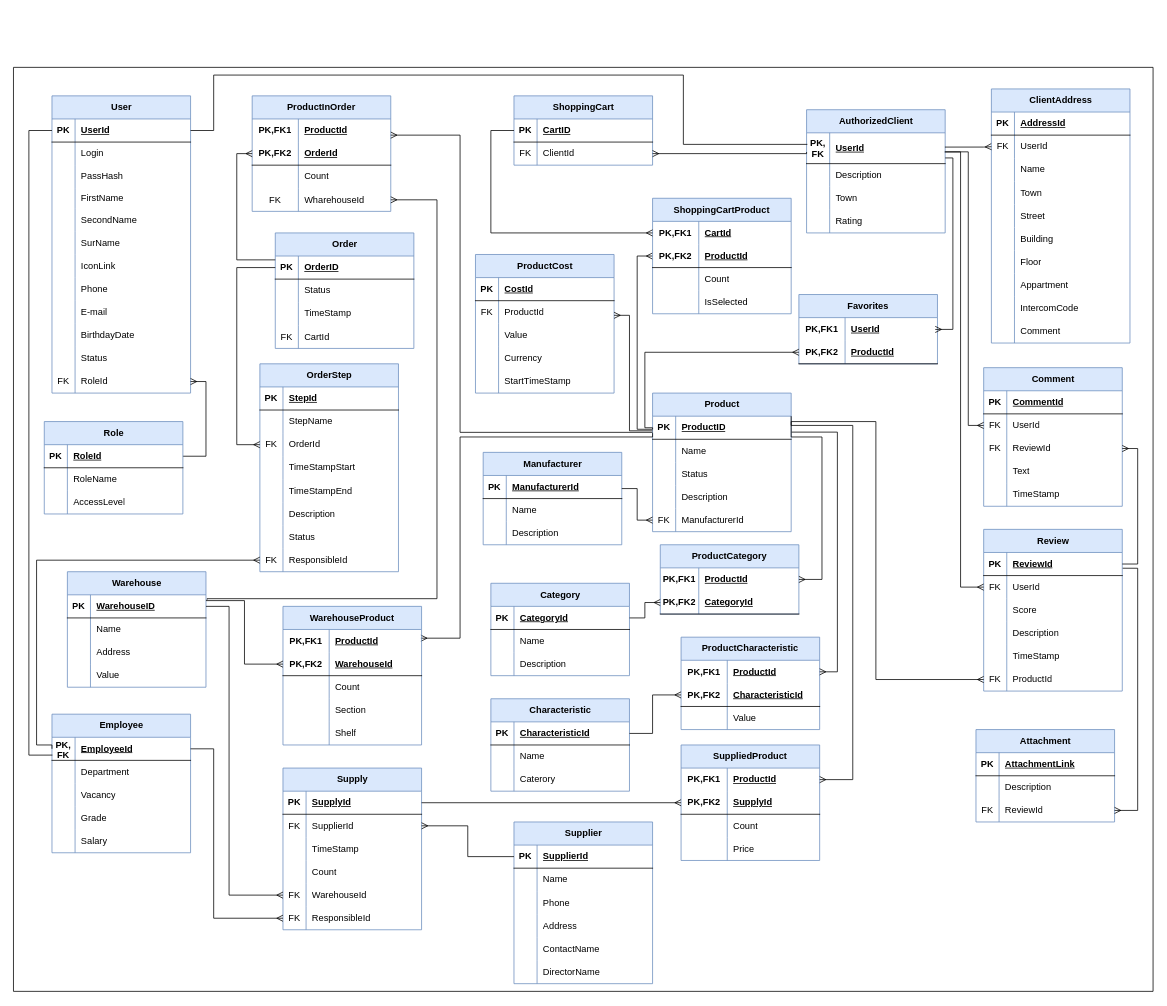
Above: ERD.drawio in mik0war/SoftDevTech (draw.io), before the change. Source tidied: cells renumbered, new cells numbered last; positions are measured from the earlier drawing's top-left corner, leaving out a move shared by most shapes. Both pictures are drawn from the tidied source at 77%, with x=0, y=0 at pixel (13, 67).
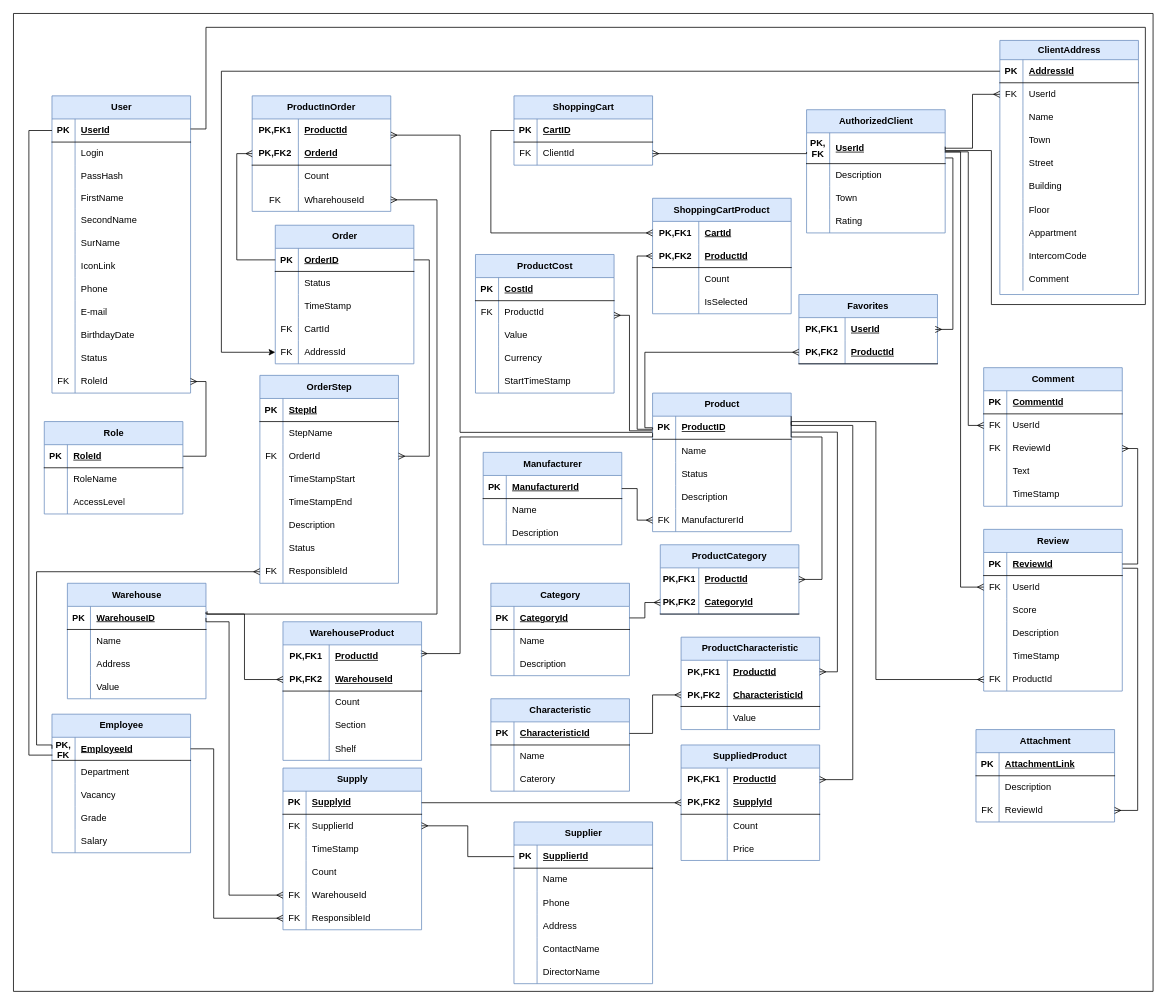
Above is the later version.

The change refers to these unchanged cells:
```xml
<mxCell id="48" style="shape=tableRow;horizontal=0;startSize=0;swimlaneHead=0;swimlaneBody=0;fillColor=none;points=[[0,0.5],[1,0.5]];portConstraint=eastwest;top=0;left=0;right=0;bottom=1;" parent="47" vertex="1">
  <mxGeometry y="30" width="180" height="30" as="geometry" />
</mxCell>
<mxCell id="71" style="shape=tableRow;horizontal=0;startSize=0;swimlaneHead=0;swimlaneBody=0;fillColor=none;points=[[0,0.5],[1,0.5]];portConstraint=eastwest;top=0;left=0;right=0;bottom=1;" parent="70" vertex="1">
  <mxGeometry y="30" width="180" height="40" as="geometry" />
</mxCell>
<mxCell id="153" style="shape=tableRow;horizontal=0;startSize=0;swimlaneHead=0;swimlaneBody=0;fillColor=none;points=[[0,0.5],[1,0.5]];portConstraint=eastwest;top=0;left=0;right=0;bottom=1;" parent="152" vertex="1">
  <mxGeometry y="30" width="180" height="30" as="geometry" />
</mxCell>
<mxCell id="203" style="shape=tableRow;horizontal=0;startSize=0;swimlaneHead=0;swimlaneBody=0;fillColor=none;points=[[0,0.5],[1,0.5]];portConstraint=eastwest;top=0;left=0;right=0;bottom=0;html=1;" parent="202" vertex="1">
  <mxGeometry y="30" width="180" height="30" as="geometry" />
</mxCell>
<mxCell id="206" style="shape=tableRow;horizontal=0;startSize=0;swimlaneHead=0;swimlaneBody=0;fillColor=none;points=[[0,0.5],[1,0.5]];portConstraint=eastwest;top=0;left=0;right=0;bottom=1;html=1;" parent="202" vertex="1">
  <mxGeometry y="60" width="180" height="30" as="geometry" />
</mxCell>
<mxCell id="233" style="shape=tableRow;horizontal=0;startSize=0;swimlaneHead=0;swimlaneBody=0;fillColor=none;points=[[0,0.5],[1,0.5]];portConstraint=eastwest;top=0;left=0;right=0;bottom=1;" parent="232" vertex="1">
  <mxGeometry y="30" width="180" height="30" as="geometry" />
</mxCell>
<mxCell id="259" style="shape=tableRow;horizontal=0;startSize=0;swimlaneHead=0;swimlaneBody=0;fillColor=none;points=[[0,0.5],[1,0.5]];portConstraint=eastwest;top=0;left=0;right=0;bottom=0;" parent="246" vertex="1">
  <mxGeometry y="150" width="180" height="30" as="geometry" />
</mxCell>
<mxCell id="273" style="shape=tableRow;horizontal=0;startSize=0;swimlaneHead=0;swimlaneBody=0;fillColor=none;points=[[0,0.5],[1,0.5]];portConstraint=eastwest;top=0;left=0;right=0;bottom=0;" parent="266" vertex="1">
  <mxGeometry y="90" width="180" height="30" as="geometry" />
</mxCell>
<mxCell id="288" style="shape=tableRow;horizontal=0;startSize=0;swimlaneHead=0;swimlaneBody=0;fillColor=none;points=[[0,0.5],[1,0.5]];portConstraint=eastwest;top=0;left=0;right=0;bottom=0;" parent="266" vertex="1">
  <mxGeometry y="240" width="180" height="30" as="geometry" />
</mxCell>
<mxCell id="296" style="shape=tableRow;horizontal=0;startSize=0;swimlaneHead=0;swimlaneBody=0;fillColor=none;points=[[0,0.5],[1,0.5]];portConstraint=eastwest;top=0;left=0;right=0;bottom=1;" parent="295" vertex="1">
  <mxGeometry y="30" width="180" height="30" as="geometry" />
</mxCell>
<mxCell id="415" style="shape=tableRow;horizontal=0;startSize=0;swimlaneHead=0;swimlaneBody=0;fillColor=none;points=[[0,0.5],[1,0.5]];portConstraint=eastwest;top=0;left=0;right=0;bottom=0;html=1;" parent="405" vertex="1">
  <mxGeometry y="120" width="180" height="30" as="geometry" />
</mxCell>
```

What changed in the source:
```diff
@@
     <mxCell id="47" value="Warehouse" style="shape=table;startSize=30;childLayout=tableLayout;rowLines=0;fontStyle=1;align=center;html=1;fillColor=#dae8fc;strokeColor=#6c8ebf;" parent="1" vertex="1">
-      <mxGeometry x="70" y="655" width="180" height="150" as="geometry" />
+      <mxGeometry x="70" y="670" width="180" height="150" as="geometry" />
     </mxCell>
@@
-    <mxCell id="120" value="ClientAddress" style="shape=table;startSize=30;childLayout=tableLayout;rowLines=0;fontStyle=1;align=center;html=1;fillColor=#dae8fc;strokeColor=#6c8ebf;" parent="1" vertex="1">
-      <mxGeometry x="1270" y="28" width="180" height="330" as="geometry" />
+    <mxCell id="120" value="ClientAddress" style="shape=table;startSize=25;childLayout=tableLayout;rowLines=0;fontStyle=1;align=center;html=1;fillColor=#dae8fc;strokeColor=#6c8ebf;" parent="1" vertex="1">
+      <mxGeometry x="1281" y="-35" width="180" height="330" as="geometry" />
     </mxCell>
     <mxCell id="121" style="shape=tableRow;horizontal=0;startSize=0;swimlaneHead=0;swimlaneBody=0;fillColor=none;points=[[0,0.5],[1,0.5]];portConstraint=eastwest;top=0;left=0;right=0;bottom=1;" parent="120" vertex="1">
-      <mxGeometry y="30" width="180" height="30" as="geometry" />
+      <mxGeometry y="25" width="180" height="30" as="geometry" />
     </mxCell>
@@
     <mxCell id="124" style="shape=tableRow;horizontal=0;startSize=0;swimlaneHead=0;swimlaneBody=0;fillColor=none;points=[[0,0.5],[1,0.5]];portConstraint=eastwest;top=0;left=0;right=0;bottom=0;" parent="120" vertex="1">
-      <mxGeometry y="60" width="180" height="30" as="geometry" />
+      <mxGeometry y="55" width="180" height="30" as="geometry" />
     </mxCell>
@@
     <mxCell id="127" style="shape=tableRow;horizontal=0;startSize=0;swimlaneHead=0;swimlaneBody=0;fillColor=none;top=0;left=0;right=0;bottom=0;" parent="120" vertex="1">
-      <mxGeometry y="90" width="180" height="30" as="geometry" />
+      <mxGeometry y="85" width="180" height="30" as="geometry" />
     </mxCell>
@@
     <mxCell id="130" style="shape=tableRow;horizontal=0;startSize=0;swimlaneHead=0;swimlaneBody=0;fillColor=none;top=0;left=0;right=0;bottom=0;" parent="120" vertex="1">
-      <mxGeometry y="120" width="180" height="30" as="geometry" />
+      <mxGeometry y="115" width="180" height="30" as="geometry" />
     </mxCell>
@@
     <mxCell id="133" style="shape=tableRow;horizontal=0;startSize=0;swimlaneHead=0;swimlaneBody=0;fillColor=none;top=0;left=0;right=0;bottom=0;" parent="120" vertex="1">
-      <mxGeometry y="150" width="180" height="30" as="geometry" />
+      <mxGeometry y="145" width="180" height="30" as="geometry" />
     </mxCell>
@@
     <mxCell id="136" style="shape=tableRow;horizontal=0;startSize=0;swimlaneHead=0;swimlaneBody=0;fillColor=none;top=0;left=0;right=0;bottom=0;" parent="120" vertex="1">
-      <mxGeometry y="180" width="180" height="30" as="geometry" />
+      <mxGeometry y="175" width="180" height="30" as="geometry" />
     </mxCell>
@@
     <mxCell id="139" style="shape=tableRow;horizontal=0;startSize=0;swimlaneHead=0;swimlaneBody=0;fillColor=none;top=0;left=0;right=0;bottom=0;" parent="120" vertex="1">
-      <mxGeometry y="210" width="180" height="30" as="geometry" />
+      <mxGeometry y="205" width="180" height="30" as="geometry" />
     </mxCell>
@@
     <mxCell id="142" style="shape=tableRow;horizontal=0;startSize=0;swimlaneHead=0;swimlaneBody=0;fillColor=none;top=0;left=0;right=0;bottom=0;" parent="120" vertex="1">
-      <mxGeometry y="240" width="180" height="30" as="geometry" />
+      <mxGeometry y="235" width="180" height="30" as="geometry" />
     </mxCell>
@@
     <mxCell id="145" style="shape=tableRow;horizontal=0;startSize=0;swimlaneHead=0;swimlaneBody=0;fillColor=none;top=0;left=0;right=0;bottom=0;" parent="120" vertex="1">
-      <mxGeometry y="270" width="180" height="30" as="geometry" />
+      <mxGeometry y="265" width="180" height="30" as="geometry" />
     </mxCell>
@@
     <mxCell id="148" style="shape=tableRow;horizontal=0;startSize=0;swimlaneHead=0;swimlaneBody=0;fillColor=none;top=0;left=0;right=0;bottom=0;" parent="120" vertex="1">
-      <mxGeometry y="300" width="180" height="30" as="geometry" />
+      <mxGeometry y="295" width="180" height="30" as="geometry" />
     </mxCell>
@@
-    <mxCell id="151" style="edgeStyle=orthogonalEdgeStyle;rounded=0;jettySize=auto;html=1;endArrow=ERmany;endFill=0;exitX=0.998;exitY=0.463;exitDx=0;exitDy=0;exitPerimeter=0;entryX=0;entryY=0.5;entryDx=0;entryDy=0;" parent="1" edge="1" source="71" target="124">
-      <mxGeometry relative="1" as="geometry">
-        <Array as="points">
-          <mxPoint x="1260" y="103" />
-          <mxPoint x="1296" y="103" />
-        </Array>
-      </mxGeometry>
-    </mxCell>
@@
     <mxCell id="201" style="edgeStyle=orthogonalEdgeStyle;rounded=0;jettySize=auto;html=1;exitX=0;exitY=0.5;exitDx=0;exitDy=0;entryX=0.995;entryY=0.377;entryDx=0;entryDy=0;endArrow=ERmany;endFill=0;entryPerimeter=0;" parent="1" edge="1" target="203">
       <mxGeometry relative="1" as="geometry">
         <mxPoint x="830" y="475" as="sourcePoint" />
         <Array as="points">
           <mxPoint x="830" y="480" />
           <mxPoint x="580" y="480" />
-          <mxPoint x="580" y="741" />
+          <mxPoint x="580" y="761" />
         </Array>
       </mxGeometry>
     </mxCell>
     <mxCell id="202" value="WarehouseProduct" style="shape=table;startSize=30;childLayout=tableLayout;rowLines=0;fontStyle=1;align=center;html=1;whiteSpace=wrap;fillColor=#dae8fc;strokeColor=#6c8ebf;" parent="1" vertex="1">
-      <mxGeometry x="350" y="700" width="180" height="180" as="geometry" />
+      <mxGeometry x="350" y="720" width="180" height="180" as="geometry" />
     </mxCell>
@@
     <mxCell id="218" style="edgeStyle=orthogonalEdgeStyle;rounded=0;jettySize=auto;html=1;exitX=1;exitY=0.25;exitDx=0;exitDy=0;entryX=0;entryY=0.5;entryDx=0;entryDy=0;endArrow=ERmany;endFill=0;" parent="1" edge="1" source="47" target="206">
-      <mxGeometry relative="1" as="geometry" />
+      <mxGeometry relative="1" as="geometry">
+        <Array as="points">
+          <mxPoint x="250" y="710" />
+          <mxPoint x="300" y="710" />
+          <mxPoint x="300" y="795" />
+        </Array>
+      </mxGeometry>
     </mxCell>
@@
     <mxCell id="232" value="Order" style="shape=table;startSize=30;childLayout=tableLayout;rowLines=0;fontStyle=1;align=center;html=1;fillColor=#dae8fc;strokeColor=#6c8ebf;" parent="1" vertex="1">
-      <mxGeometry x="340" y="215" width="180" height="150" as="geometry" />
+      <mxGeometry x="340" y="205" width="180" height="180" as="geometry" />
     </mxCell>
@@
+    <mxCell id="427" style="shape=tableRow;horizontal=0;startSize=0;swimlaneHead=0;swimlaneBody=0;fillColor=none;top=0;left=0;right=0;bottom=0;" parent="232" vertex="1">
+      <mxGeometry y="120" width="180" height="30" as="geometry" />
+    </mxCell>
+    <mxCell id="428" value="FK" style="shape=partialRectangle;fillColor=none;top=0;left=0;bottom=0;right=0;overflow=hidden;whiteSpace=wrap;html=1;" parent="427" vertex="1">
+      <mxGeometry width="30" height="30" as="geometry" />
+    </mxCell>
+    <mxCell id="429" value="CartId" style="shape=partialRectangle;fillColor=none;top=0;left=0;bottom=0;right=0;align=left;spacingLeft=6;overflow=hidden;whiteSpace=wrap;html=1;" parent="427" vertex="1">
+      <mxGeometry x="30" width="150" height="30" as="geometry" />
+    </mxCell>
     <mxCell id="242" style="shape=tableRow;horizontal=0;startSize=0;swimlaneHead=0;swimlaneBody=0;fillColor=none;points=[[0,0.5],[1,0.5]];portConstraint=eastwest;top=0;left=0;right=0;bottom=0;" parent="232" vertex="1">
-      <mxGeometry y="120" width="180" height="30" as="geometry" />
+      <mxGeometry y="150" width="180" height="30" as="geometry" />
     </mxCell>
@@
-    <mxCell id="244" value="CartId" style="shape=partialRectangle;fillColor=none;top=0;left=0;bottom=0;right=0;align=left;spacingLeft=6;overflow=hidden;whiteSpace=wrap;html=1;" parent="242" vertex="1">
+    <mxCell id="244" value="AddressId" style="shape=partialRectangle;fillColor=none;top=0;left=0;bottom=0;right=0;align=left;spacingLeft=6;overflow=hidden;whiteSpace=wrap;html=1;" parent="242" vertex="1">
       <mxGeometry x="30" width="150" height="30" as="geometry" />
     </mxCell>
@@
     <mxCell id="266" value="OrderStep" style="shape=table;startSize=30;childLayout=tableLayout;rowLines=0;fontStyle=1;align=center;html=1;fillColor=#dae8fc;strokeColor=#6c8ebf;" parent="1" vertex="1">
-      <mxGeometry x="320" y="385" width="180" height="270" as="geometry" />
+      <mxGeometry x="320" y="400" width="180" height="270" as="geometry" />
     </mxCell>
@@
-    <mxCell id="291" style="edgeStyle=orthogonalEdgeStyle;rounded=0;jettySize=auto;html=1;exitX=0;exitY=0.5;exitDx=0;exitDy=0;entryX=0;entryY=0.5;entryDx=0;entryDy=0;endArrow=none;endFill=0;startArrow=ERmany;startFill=0;" parent="1" edge="1" source="273" target="233">
+    <mxCell id="291" style="edgeStyle=orthogonalEdgeStyle;rounded=0;jettySize=auto;html=1;exitX=1;exitY=0.5;exitDx=0;exitDy=0;entryX=1;entryY=0.5;entryDx=0;entryDy=0;endArrow=none;endFill=0;startArrow=ERmany;startFill=0;" parent="1" edge="1" source="273" target="233">
       <mxGeometry relative="1" as="geometry">
         <Array as="points">
-          <mxPoint x="290" y="490" />
-          <mxPoint x="290" y="260" />
+          <mxPoint x="540" y="505" />
+          <mxPoint x="540" y="250" />
         </Array>
       </mxGeometry>
     </mxCell>
     <mxCell id="292" style="edgeStyle=orthogonalEdgeStyle;rounded=0;jettySize=auto;html=1;entryX=0;entryY=0.5;entryDx=0;entryDy=0;endArrow=ERmany;endFill=0;exitX=0;exitY=0.5;exitDx=0;exitDy=0;" parent="1" edge="1" source="153" target="288">
       <mxGeometry relative="1" as="geometry">
         <Array as="points">
           <mxPoint x="50" y="880" />
           <mxPoint x="30" y="880" />
-          <mxPoint x="30" y="640" />
+          <mxPoint x="30" y="655" />
         </Array>
       </mxGeometry>
     </mxCell>
@@
-    <mxCell id="333" style="edgeStyle=orthogonalEdgeStyle;rounded=0;jettySize=auto;html=1;exitX=1;exitY=0.5;exitDx=0;exitDy=0;endArrow=none;endFill=0;strokeWidth=1;" parent="1" edge="1" source="296">
-      <mxGeometry relative="1" as="geometry">
-        <mxPoint x="1031" y="100" as="targetPoint" />
-        <Array as="points">
-          <mxPoint x="260" y="82" />
-          <mxPoint x="260" y="10" />
-          <mxPoint x="870" y="10" />
-          <mxPoint x="870" y="100" />
-        </Array>
-      </mxGeometry>
-    </mxCell>
@@
     <mxCell id="404" style="edgeStyle=orthogonalEdgeStyle;rounded=0;jettySize=auto;html=1;entryX=1;entryY=0.5;entryDx=0;entryDy=0;endArrow=none;endFill=0;startArrow=ERmany;startFill=0;exitX=0;exitY=0.5;exitDx=0;exitDy=0;" parent="1" edge="1" source="259" target="48">
       <mxGeometry relative="1" as="geometry">
         <Array as="points">
           <mxPoint x="280" y="1075" />
-          <mxPoint x="280" y="700" />
+          <mxPoint x="280" y="720" />
+          <mxPoint x="250" y="720" />
         </Array>
       </mxGeometry>
     </mxCell>
@@
     <mxCell id="420" style="endArrow=none;html=1;rounded=0;" parent="1" edge="1">
       <mxGeometry relative="1" as="geometry">
-        <mxPoint as="sourcePoint" />
-        <mxPoint x="1480" as="targetPoint" />
+        <mxPoint y="-70" as="sourcePoint" />
+        <mxPoint x="1480" y="-70" as="targetPoint" />
       </mxGeometry>
     </mxCell>
@@
     <mxCell id="422" style="endArrow=none;html=1;rounded=0;" parent="1" edge="1">
       <mxGeometry relative="1" as="geometry">
         <mxPoint y="1200" as="sourcePoint" />
-        <mxPoint as="targetPoint" />
+        <mxPoint y="-70" as="targetPoint" />
       </mxGeometry>
     </mxCell>
     <mxCell id="423" style="edgeStyle=orthogonalEdgeStyle;rounded=0;jettySize=auto;html=1;exitX=1;exitY=0.5;exitDx=0;exitDy=0;endArrow=none;endFill=0;startArrow=ERmany;startFill=0;entryX=1.008;entryY=0.213;entryDx=0;entryDy=0;entryPerimeter=0;" parent="1" edge="1" source="415" target="48">
       <mxGeometry relative="1" as="geometry">
         <Array as="points">
           <mxPoint x="550" y="172" />
-          <mxPoint x="550" y="690" />
-          <mxPoint x="251" y="690" />
+          <mxPoint x="550" y="710" />
+          <mxPoint x="251" y="710" />
         </Array>
       </mxGeometry>
     </mxCell>
@@
     <mxCell id="426" style="endArrow=none;html=1;rounded=0;" parent="1" edge="1">
       <mxGeometry relative="1" as="geometry">
         <mxPoint x="1480" y="1200" as="sourcePoint" />
-        <mxPoint x="1480" as="targetPoint" />
+        <mxPoint x="1480" y="-70" as="targetPoint" />
       </mxGeometry>
     </mxCell>
+    <mxCell id="430" style="edgeStyle=orthogonalEdgeStyle;rounded=0;jettySize=auto;html=1;exitX=0;exitY=0.5;exitDx=0;exitDy=0;entryX=0;entryY=0.5;entryDx=0;entryDy=0;" parent="1" edge="1" source="121" target="242">
+      <mxGeometry relative="1" as="geometry">
+        <Array as="points">
+          <mxPoint x="270" y="5" />
+          <mxPoint x="270" y="370" />
+        </Array>
+      </mxGeometry>
+    </mxCell>
+    <mxCell id="151" style="edgeStyle=orthogonalEdgeStyle;rounded=0;jettySize=auto;html=1;exitX=1;exitY=0.5;exitDx=0;exitDy=0;entryX=0;entryY=0.5;entryDx=0;entryDy=0;endArrow=ERmany;endFill=0;" parent="1" edge="1" source="71" target="124">
+      <mxGeometry relative="1" as="geometry" />
+    </mxCell>
+    <mxCell id="431" style="edgeStyle=orthogonalEdgeStyle;rounded=0;orthogonalLoop=1;jettySize=auto;html=1;exitX=1;exitY=0.5;exitDx=0;exitDy=0;entryX=1;entryY=0.5;entryDx=0;entryDy=0;endArrow=none;endFill=0;" parent="1" edge="1">
+      <mxGeometry relative="1" as="geometry">
+        <mxPoint x="1210" y="103" as="sourcePoint" />
+        <mxPoint x="230" y="80" as="targetPoint" />
+        <Array as="points">
+          <mxPoint x="1210" y="108" />
+          <mxPoint x="1270" y="108" />
+          <mxPoint x="1270" y="308" />
+          <mxPoint x="1470" y="308" />
+          <mxPoint x="1470" y="-52" />
+          <mxPoint x="250" y="-52" />
+          <mxPoint x="250" y="80" />
+        </Array>
+      </mxGeometry>
+    </mxCell>
```
